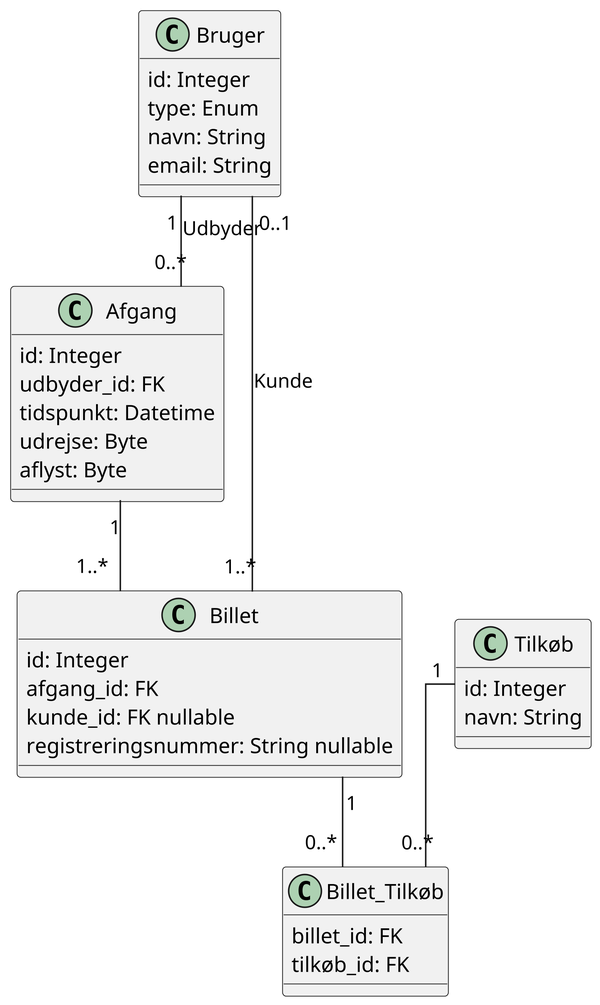
Above: documentation/data_model.png in marc8193/H6PD080126 (PlantUML), before the change. Its diagram source:
```plantuml
@startuml
skinparam linetype ortho
skinparam dpi 400

class Bruger {
  id: Integer
  type: Enum
  navn: String
  email: String
}

class Afgang {
  id: Integer
  udbyder_id: FK
  tidspunkt: Datetime
  udrejse: Byte
  aflyst: Byte
}

class Billet {
  id: Integer
  afgang_id: FK
  kunde_id: FK nullable
  registreringsnummer: String nullable
}

class Tilkøb {
  id: Integer
  navn: String
}

class Billet_Tilkøb {
  billet_id: FK
  tilkøb_id: FK
}

Bruger "1" -- "0..*" Afgang: Udbyder
Afgang "1" -- "1..*" Billet
Bruger "0..1" -- "1..*" Billet: Kunde

Billet "1" -- "0..*" Billet_Tilkøb
Tilkøb "1" -- "0..*" Billet_Tilkøb

@enduml
```
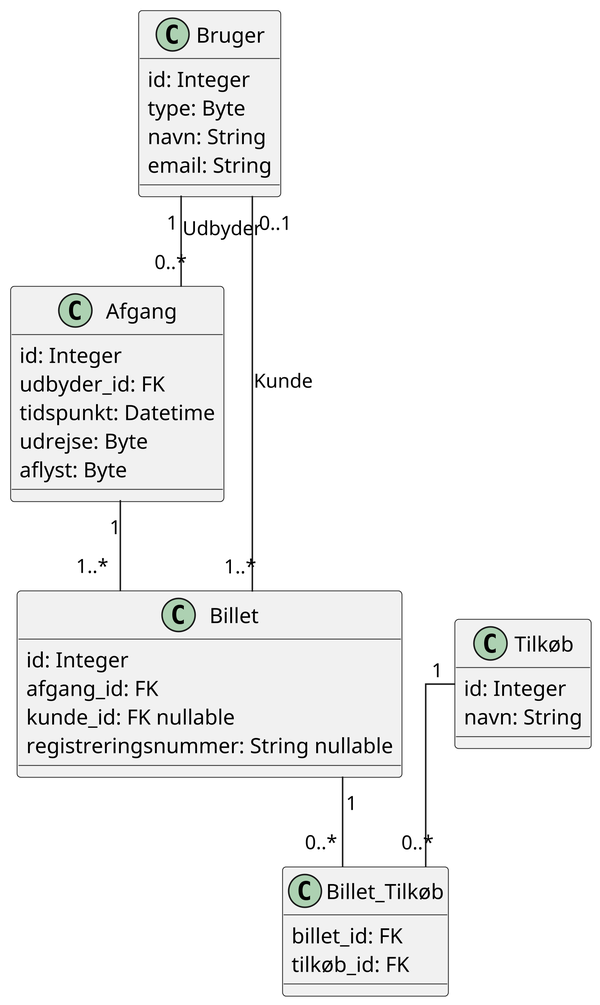
Later version of the same file.

The edit, as a diff of the source:
```diff
@@ -4,7 +4,7 @@
 
 class Bruger {
   id: Integer
-  type: Enum
+  type: Byte
   navn: String
   email: String
 }
```
